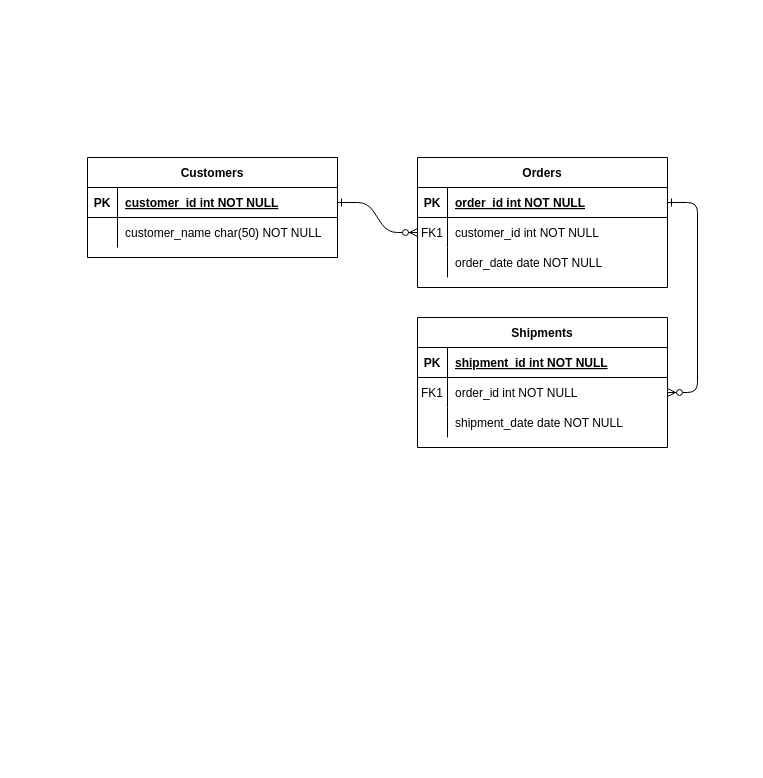
Before: Diagrama sin título.drawio in Pagina-Colegio-san-Juan-de-Giron/Pagina--ColsanJuan, a draw.io diagram. Source tidied: cells renumbered, new cells numbered last; positions are measured from the earlier drawing's top-left corner, leaving out a move shared by most shapes. Both pictures are drawn from the tidied source at 100%, with x=0, y=0 at pixel (87, 157).
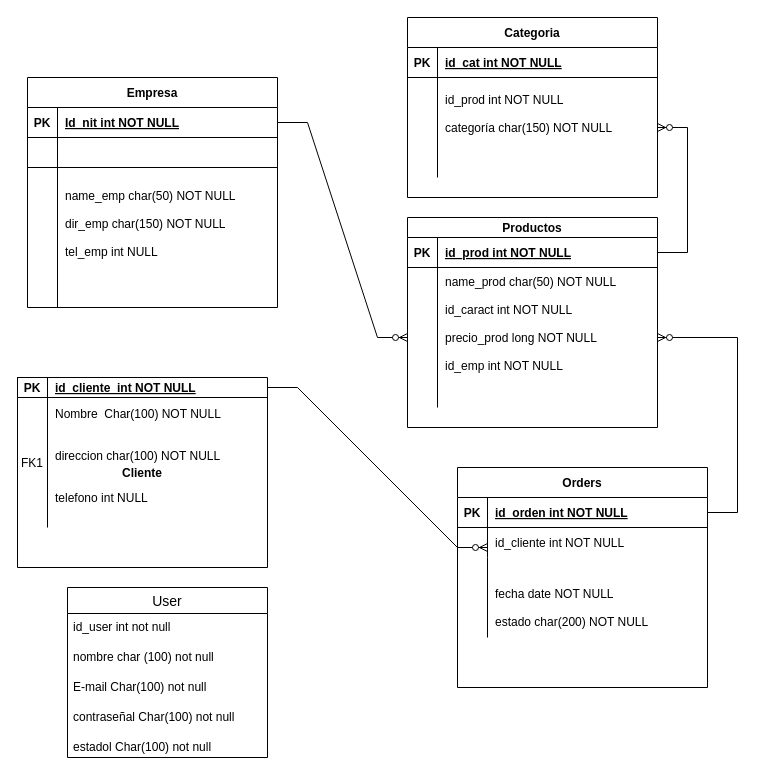
Above is the later version.

The change refers to these unchanged cells:
```xml
<mxCell id="5" style="shape=partialRectangle;fillColor=none;points=[[0,0.5],[1,0.5]];portConstraint=eastwest;top=0;left=0;right=0;bottom=1;" parent="4" vertex="1">
  <mxGeometry y="30" width="250" height="30" as="geometry" />
</mxCell>
<mxCell id="8" style="shape=partialRectangle;fillColor=none;points=[[0,0.5],[1,0.5]];portConstraint=eastwest;top=0;left=0;right=0;bottom=0;" parent="4" vertex="1">
  <mxGeometry y="60" width="250" height="30" as="geometry" />
</mxCell>
<mxCell id="25" style="shape=partialRectangle;fillColor=none;points=[[0,0.5],[1,0.5]];portConstraint=eastwest;top=0;left=0;right=0;bottom=1;" parent="24" vertex="1">
  <mxGeometry y="30" width="250" height="30" as="geometry" />
</mxCell>
```

What changed in the source:
```diff
@@
-    <mxCell id="2" style="edgeStyle=entityRelationEdgeStyle;endArrow=ERzeroToMany;startArrow=ERone;endFill=1;startFill=0;" parent="1" edge="1" source="25" target="8">
-      <mxGeometry relative="1" as="geometry" />
-    </mxCell>
-    <mxCell id="3" style="edgeStyle=entityRelationEdgeStyle;endArrow=ERzeroToMany;startArrow=ERone;endFill=1;startFill=0;" parent="1" edge="1" source="5" target="18">
-      <mxGeometry relative="1" as="geometry" />
-    </mxCell>
+    <mxCell id="31" value="Cliente " style="shape=table;startSize=0;childLayout=tableLayout;rowLines=0;fontStyle=1;align=center;" parent="1" vertex="1">
+      <mxGeometry x="-70" y="220" width="250" height="190" as="geometry" />
+    </mxCell>
+    <mxCell id="32" style="shape=partialRectangle;fillColor=none;points=[[0,0.5],[1,0.5]];portConstraint=eastwest;top=0;left=0;right=0;bottom=1;" parent="31" vertex="1">
+      <mxGeometry width="250" height="20" as="geometry" />
+    </mxCell>
+    <mxCell id="33" value="PK" style="shape=partialRectangle;overflow=hidden;fillColor=none;top=0;left=0;bottom=0;right=0;fontStyle=1;" parent="32" vertex="1">
+      <mxGeometry width="30" height="20" as="geometry" />
+    </mxCell>
+    <mxCell id="34" value="id_cliente  int NOT NULL " style="shape=partialRectangle;overflow=hidden;fillColor=none;top=0;left=0;bottom=0;right=0;align=left;spacingLeft=6;fontStyle=5;" parent="32" vertex="1">
+      <mxGeometry x="30" width="220" height="20" as="geometry" />
+    </mxCell>
+    <mxCell id="35" style="shape=partialRectangle;fillColor=none;top=0;left=0;right=0;bottom=0;" parent="31" vertex="1">
+      <mxGeometry y="20" width="250" height="130" as="geometry" />
+    </mxCell>
+    <mxCell id="19" value="FK1" style="shape=partialRectangle;overflow=hidden;fillColor=none;top=0;left=0;bottom=0;right=0;" parent="35" vertex="1">
+      <mxGeometry width="30" height="130" as="geometry" />
+    </mxCell>
+    <mxCell id="36" value="Nombre  Char(100) NOT NULL&#10;&#10;&#10;direccion char(100) NOT NULL &#10;&#10;&#10;telefono int NULL &#10;" style="shape=partialRectangle;overflow=hidden;fillColor=none;top=0;left=0;bottom=0;right=0;align=left;spacingLeft=6;" parent="35" vertex="1">
+      <mxGeometry x="30" width="220" height="130" as="geometry" />
+    </mxCell>
     <mxCell id="4" value="Orders" style="shape=table;startSize=30;childLayout=tableLayout;rowLines=0;fontStyle=1;align=center;" parent="1" vertex="1">
-      <mxGeometry x="330" width="250" height="130" as="geometry" />
+      <mxGeometry x="370" y="310" width="250" height="220" as="geometry" />
     </mxCell>
@@
-    <mxCell id="7" value="order_id int NOT NULL " style="shape=partialRectangle;overflow=hidden;fillColor=none;top=0;left=0;bottom=0;right=0;align=left;spacingLeft=6;fontStyle=5;" parent="5" vertex="1">
+    <mxCell id="7" value="id_orden int NOT NULL " style="shape=partialRectangle;overflow=hidden;fillColor=none;top=0;left=0;bottom=0;right=0;align=left;spacingLeft=6;fontStyle=5;" parent="5" vertex="1">
       <mxGeometry x="30" width="220" height="30" as="geometry" />
     </mxCell>
@@
-    <mxCell id="9" value="FK1" style="shape=partialRectangle;overflow=hidden;fillColor=none;top=0;left=0;bottom=0;right=0;" parent="8" vertex="1">
+    <mxCell id="9" style="shape=partialRectangle;overflow=hidden;fillColor=none;top=0;left=0;bottom=0;right=0;" parent="8" vertex="1">
       <mxGeometry width="30" height="30" as="geometry" />
     </mxCell>
-    <mxCell id="10" value="customer_id int NOT NULL" style="shape=partialRectangle;overflow=hidden;fillColor=none;top=0;left=0;bottom=0;right=0;align=left;spacingLeft=6;" parent="8" vertex="1">
+    <mxCell id="10" value="id_cliente int NOT NULL" style="shape=partialRectangle;overflow=hidden;fillColor=none;top=0;left=0;bottom=0;right=0;align=left;spacingLeft=6;" parent="8" vertex="1">
       <mxGeometry x="30" width="220" height="30" as="geometry" />
     </mxCell>
     <mxCell id="11" style="shape=partialRectangle;fillColor=none;points=[[0,0.5],[1,0.5]];portConstraint=eastwest;top=0;left=0;right=0;bottom=0;" parent="4" vertex="1">
-      <mxGeometry y="90" width="250" height="30" as="geometry" />
+      <mxGeometry y="90" width="250" height="80" as="geometry" />
     </mxCell>
     <mxCell id="12" style="shape=partialRectangle;overflow=hidden;fillColor=none;top=0;left=0;bottom=0;right=0;" parent="11" vertex="1">
-      <mxGeometry width="30" height="30" as="geometry" />
+      <mxGeometry width="30" height="80" as="geometry" />
     </mxCell>
-    <mxCell id="13" value="order_date date NOT NULL" style="shape=partialRectangle;overflow=hidden;fillColor=none;top=0;left=0;bottom=0;right=0;align=left;spacingLeft=6;" parent="11" vertex="1">
-      <mxGeometry x="30" width="220" height="30" as="geometry" />
+    <mxCell id="13" value="&#10;&#10;fecha date NOT NULL&#10;&#10;estado char(200) NOT NULL &#10;&#10;" style="shape=partialRectangle;overflow=hidden;fillColor=none;top=0;left=0;bottom=0;right=0;align=left;spacingLeft=6;" parent="11" vertex="1">
+      <mxGeometry x="30" width="220" height="80" as="geometry" />
     </mxCell>
-    <mxCell id="14" value="Shipments" style="shape=table;startSize=30;childLayout=tableLayout;rowLines=0;fontStyle=1;align=center;" parent="1" vertex="1">
-      <mxGeometry x="330" y="160" width="250" height="130" as="geometry" />
-    </mxCell>
+    <mxCell id="37" value="Categoria" style="shape=table;startSize=30;childLayout=tableLayout;rowLines=0;fontStyle=1;align=center;" parent="1" vertex="1">
+      <mxGeometry x="320" y="-140" width="250" height="180" as="geometry" />
+    </mxCell>
-    <mxCell id="15" style="shape=partialRectangle;fillColor=none;top=0;left=0;right=0;bottom=1;" parent="14" vertex="1">
+    <mxCell id="15" style="shape=partialRectangle;fillColor=none;top=0;left=0;right=0;bottom=1;" parent="37" vertex="1">
       <mxGeometry y="30" width="250" height="30" as="geometry" />
     </mxCell>
-    <mxCell id="16" value="PK" style="shape=partialRectangle;overflow=hidden;fillColor=none;top=0;left=0;bottom=0;right=0;fontStyle=1;" parent="15" vertex="1">
-      <mxGeometry width="30" height="30" as="geometry" />
-    </mxCell>
-    <mxCell id="17" value="shipment_id int NOT NULL " style="shape=partialRectangle;overflow=hidden;fillColor=none;top=0;left=0;bottom=0;right=0;align=left;spacingLeft=6;fontStyle=5;" parent="15" vertex="1">
-      <mxGeometry x="30" width="220" height="30" as="geometry" />
-    </mxCell>
-    <mxCell id="18" style="shape=partialRectangle;fillColor=none;points=[[0,0.5],[1,0.5]];portConstraint=eastwest;top=0;left=0;right=0;bottom=0;" parent="14" vertex="1">
-      <mxGeometry y="60" width="250" height="30" as="geometry" />
-    </mxCell>
-    <mxCell id="19" value="FK1" style="shape=partialRectangle;overflow=hidden;fillColor=none;top=0;left=0;bottom=0;right=0;" parent="18" vertex="1">
-      <mxGeometry width="30" height="30" as="geometry" />
-    </mxCell>
-    <mxCell id="20" value="order_id int NOT NULL" style="shape=partialRectangle;overflow=hidden;fillColor=none;top=0;left=0;bottom=0;right=0;align=left;spacingLeft=6;" parent="18" vertex="1">
-      <mxGeometry x="30" width="220" height="30" as="geometry" />
-    </mxCell>
-    <mxCell id="21" style="shape=partialRectangle;fillColor=none;top=0;left=0;right=0;bottom=0;" parent="14" vertex="1">
-      <mxGeometry y="90" width="250" height="30" as="geometry" />
-    </mxCell>
-    <mxCell id="22" style="shape=partialRectangle;overflow=hidden;fillColor=none;top=0;left=0;bottom=0;right=0;" parent="21" vertex="1">
-      <mxGeometry width="30" height="30" as="geometry" />
-    </mxCell>
-    <mxCell id="23" value="shipment_date date NOT NULL" style="shape=partialRectangle;overflow=hidden;fillColor=none;top=0;left=0;bottom=0;right=0;align=left;spacingLeft=6;" parent="21" vertex="1">
-      <mxGeometry x="30" width="220" height="30" as="geometry" />
-    </mxCell>
+    <mxCell id="38" value="PK" style="shape=partialRectangle;overflow=hidden;fillColor=none;top=0;left=0;bottom=0;right=0;fontStyle=1;" parent="15" vertex="1">
+      <mxGeometry width="30" height="30" as="geometry" />
+    </mxCell>
+    <mxCell id="39" value="id_cat int NOT NULL " style="shape=partialRectangle;overflow=hidden;fillColor=none;top=0;left=0;bottom=0;right=0;align=left;spacingLeft=6;fontStyle=5;" parent="15" vertex="1">
+      <mxGeometry x="30" width="220" height="30" as="geometry" />
+    </mxCell>
+    <mxCell id="40" style="shape=partialRectangle;fillColor=none;points=[[0,0.5],[1,0.5]];portConstraint=eastwest;top=0;left=0;right=0;bottom=0;" parent="37" vertex="1">
+      <mxGeometry y="60" width="250" height="100" as="geometry" />
+    </mxCell>
+    <mxCell id="41" style="shape=partialRectangle;overflow=hidden;fillColor=none;top=0;left=0;bottom=0;right=0;" parent="40" vertex="1">
+      <mxGeometry width="30" height="100" as="geometry" />
+    </mxCell>
+    <mxCell id="42" value="id_prod int NOT NULL&#10;&#10;categoría char(150) NOT NULL&#10;&#10;" style="shape=partialRectangle;overflow=hidden;fillColor=none;top=0;left=0;bottom=0;right=0;align=left;spacingLeft=6;" parent="40" vertex="1">
+      <mxGeometry x="30" width="220" height="100" as="geometry" />
+    </mxCell>
+    <mxCell id="43" value="Productos" style="shape=table;startSize=20;childLayout=tableLayout;rowLines=0;fontStyle=1;align=center;" parent="1" vertex="1">
+      <mxGeometry x="320" y="60" width="250" height="210" as="geometry" />
+    </mxCell>
+    <mxCell id="44" style="shape=partialRectangle;fillColor=none;points=[[0,0.5],[1,0.5]];portConstraint=eastwest;top=0;left=0;right=0;bottom=1;" parent="43" vertex="1">
+      <mxGeometry y="20" width="250" height="30" as="geometry" />
+    </mxCell>
+    <mxCell id="45" value="PK" style="shape=partialRectangle;overflow=hidden;fillColor=none;top=0;left=0;bottom=0;right=0;fontStyle=1;" parent="44" vertex="1">
+      <mxGeometry width="30" height="30" as="geometry" />
+    </mxCell>
+    <mxCell id="46" value="id_prod int NOT NULL " style="shape=partialRectangle;overflow=hidden;fillColor=none;top=0;left=0;bottom=0;right=0;align=left;spacingLeft=6;fontStyle=5;" parent="44" vertex="1">
+      <mxGeometry x="30" width="220" height="30" as="geometry" />
+    </mxCell>
+    <mxCell id="47" style="shape=partialRectangle;fillColor=none;points=[[0,0.5],[1,0.5]];portConstraint=eastwest;top=0;left=0;right=0;bottom=0;" parent="43" vertex="1">
+      <mxGeometry y="50" width="250" height="140" as="geometry" />
+    </mxCell>
+    <mxCell id="48" style="shape=partialRectangle;overflow=hidden;fillColor=none;top=0;left=0;bottom=0;right=0;" parent="47" vertex="1">
+      <mxGeometry width="30" height="140" as="geometry" />
+    </mxCell>
+    <mxCell id="49" value="name_prod char(50) NOT NULL&#10;&#10;id_caract int NOT NULL&#10;&#10;precio_prod long NOT NULL&#10;&#10;id_emp int NOT NULL&#10;&#10;" style="shape=partialRectangle;overflow=hidden;fillColor=none;top=0;left=0;bottom=0;right=0;align=left;spacingLeft=6;" parent="47" vertex="1">
+      <mxGeometry x="30" width="220" height="140" as="geometry" />
+    </mxCell>
-    <mxCell id="24" value="Customers" style="shape=table;startSize=30;childLayout=tableLayout;rowLines=0;fontStyle=1;align=center;" parent="1" vertex="1">
-      <mxGeometry width="250" height="100" as="geometry" />
+    <mxCell id="24" value="Empresa" style="shape=table;startSize=30;childLayout=tableLayout;rowLines=0;fontStyle=1;align=center;" parent="1" vertex="1">
+      <mxGeometry x="-60" y="-80" width="250" height="230" as="geometry" />
     </mxCell>
@@
-    <mxCell id="27" value="customer_id int NOT NULL " style="shape=partialRectangle;overflow=hidden;fillColor=none;top=0;left=0;bottom=0;right=0;align=left;spacingLeft=6;fontStyle=5;" parent="25" vertex="1">
+    <mxCell id="27" value="Id_nit int NOT NULL" style="shape=partialRectangle;overflow=hidden;fillColor=none;top=0;left=0;bottom=0;right=0;align=left;spacingLeft=6;fontStyle=5;" parent="25" vertex="1">
       <mxGeometry x="30" width="220" height="30" as="geometry" />
     </mxCell>
+    <mxCell id="50" style="shape=partialRectangle;fillColor=none;top=0;left=0;right=0;bottom=1;" parent="24" vertex="1">
+      <mxGeometry y="60" width="250" height="30" as="geometry" />
+    </mxCell>
+    <mxCell id="51" style="shape=partialRectangle;overflow=hidden;fillColor=none;top=0;left=0;bottom=0;right=0;fontStyle=1;" parent="50" vertex="1">
+      <mxGeometry width="30" height="30" as="geometry" />
+    </mxCell>
+    <mxCell id="52" style="shape=partialRectangle;overflow=hidden;fillColor=none;top=0;left=0;bottom=0;right=0;align=left;spacingLeft=6;fontStyle=5;" parent="50" vertex="1">
+      <mxGeometry x="30" width="220" height="30" as="geometry" />
+    </mxCell>
     <mxCell id="28" style="shape=partialRectangle;fillColor=none;top=0;left=0;right=0;bottom=0;" parent="24" vertex="1">
-      <mxGeometry y="60" width="250" height="30" as="geometry" />
+      <mxGeometry y="90" width="250" height="140" as="geometry" />
     </mxCell>
     <mxCell id="29" style="shape=partialRectangle;overflow=hidden;fillColor=none;top=0;left=0;bottom=0;right=0;" parent="28" vertex="1">
-      <mxGeometry width="30" height="30" as="geometry" />
+      <mxGeometry width="30" height="140" as="geometry" />
     </mxCell>
-    <mxCell id="30" value="customer_name char(50) NOT NULL" style="shape=partialRectangle;overflow=hidden;fillColor=none;top=0;left=0;bottom=0;right=0;align=left;spacingLeft=6;" parent="28" vertex="1">
-      <mxGeometry x="30" width="220" height="30" as="geometry" />
+    <mxCell id="30" value="name_emp char(50) NOT NULL&#10;&#10;dir_emp char(150) NOT NULL&#10;&#10;tel_emp int NULL&#10;&#10;" style="shape=partialRectangle;overflow=hidden;fillColor=none;top=0;left=0;bottom=0;right=0;align=left;spacingLeft=6;" parent="28" vertex="1">
+      <mxGeometry x="30" width="220" height="140" as="geometry" />
     </mxCell>
+    <mxCell id="53" style="edgeStyle=entityRelationEdgeStyle;fontSize=12;html=1;endArrow=ERzeroToMany;endFill=1;rounded=0;" parent="1" edge="1" source="25" target="47">
+      <mxGeometry relative="1" as="geometry" />
+    </mxCell>
+    <mxCell id="54" style="edgeStyle=entityRelationEdgeStyle;fontSize=12;html=1;endArrow=ERzeroToMany;endFill=1;rounded=0;exitX=1;exitY=0.5;exitDx=0;exitDy=0;" parent="1" edge="1" source="44" target="40">
+      <mxGeometry relative="1" as="geometry">
+        <Array as="points">
+          <mxPoint x="200" y="-80" />
+          <mxPoint x="280" y="40" />
+          <mxPoint x="260" y="10" />
+        </Array>
+      </mxGeometry>
+    </mxCell>
+    <mxCell id="55" style="edgeStyle=entityRelationEdgeStyle;fontSize=12;html=1;endArrow=ERzeroToMany;endFill=1;rounded=0;" parent="1" edge="1" source="5" target="47">
+      <mxGeometry relative="1" as="geometry">
+        <Array as="points">
+          <mxPoint x="690" y="130" />
+        </Array>
+      </mxGeometry>
+    </mxCell>
+    <mxCell id="56" style="edgeStyle=entityRelationEdgeStyle;fontSize=12;html=1;endArrow=ERzeroToMany;endFill=1;rounded=0;entryX=0.12;entryY=-0.125;entryDx=0;entryDy=0;entryPerimeter=0;" parent="1" edge="1" source="32" target="11">
+      <mxGeometry relative="1" as="geometry" />
+    </mxCell>
+    <mxCell id="57" value="User" style="swimlane;fontStyle=0;horizontal=1;startSize=26;align=center;fontSize=14;" parent="1" vertex="1">
+      <mxGeometry x="-20" y="430" width="200" height="170" as="geometry" />
+    </mxCell>
+    <mxCell id="58" value="id_user int not null " style="text;strokeColor=none;fillColor=none;spacingLeft=4;spacingRight=4;overflow=hidden;fontSize=12;whiteSpace=wrap;html=1;" parent="57" vertex="1">
+      <mxGeometry y="26" width="200" height="30" as="geometry" />
+    </mxCell>
+    <mxCell id="59" value="nombre char (100) not null " style="text;strokeColor=none;fillColor=none;spacingLeft=4;spacingRight=4;overflow=hidden;fontSize=12;whiteSpace=wrap;html=1;" parent="57" vertex="1">
+      <mxGeometry y="56" width="200" height="30" as="geometry" />
+    </mxCell>
+    <mxCell id="60" value="&lt;div&gt;E-mail Char(100) not null&lt;/div&gt;" style="text;strokeColor=none;fillColor=none;spacingLeft=4;spacingRight=4;overflow=hidden;fontSize=12;whiteSpace=wrap;html=1;" parent="57" vertex="1">
+      <mxGeometry y="86" width="200" height="30" as="geometry" />
+    </mxCell>
+    <mxCell id="61" value="&lt;div&gt;contraseñal Char(100) not null&lt;/div&gt;" style="text;strokeColor=none;fillColor=none;spacingLeft=4;spacingRight=4;overflow=hidden;fontSize=12;whiteSpace=wrap;html=1;" parent="57" vertex="1">
+      <mxGeometry y="116" width="200" height="30" as="geometry" />
+    </mxCell>
+    <mxCell id="62" value="&lt;div&gt;estadol Char(100) not null&lt;/div&gt;" style="text;strokeColor=none;fillColor=none;spacingLeft=4;spacingRight=4;overflow=hidden;fontSize=12;whiteSpace=wrap;html=1;" parent="57" vertex="1">
+      <mxGeometry y="146" width="200" height="24" as="geometry" />
+    </mxCell>
```
